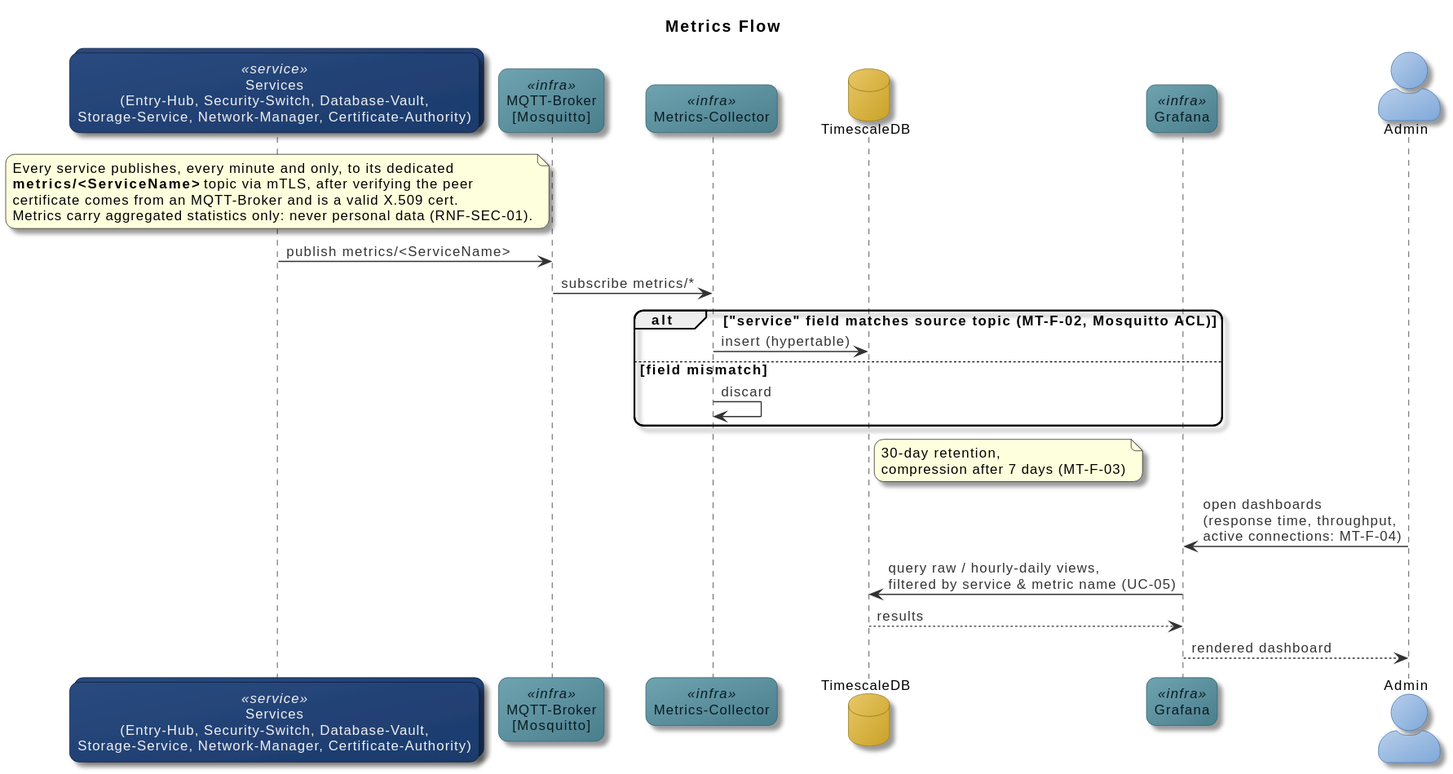
Earlier version of the PlantUML export docs/design/diagrams/rendered/operations/11-metrics-flow.svg (Verryx-02/RAM-USB).
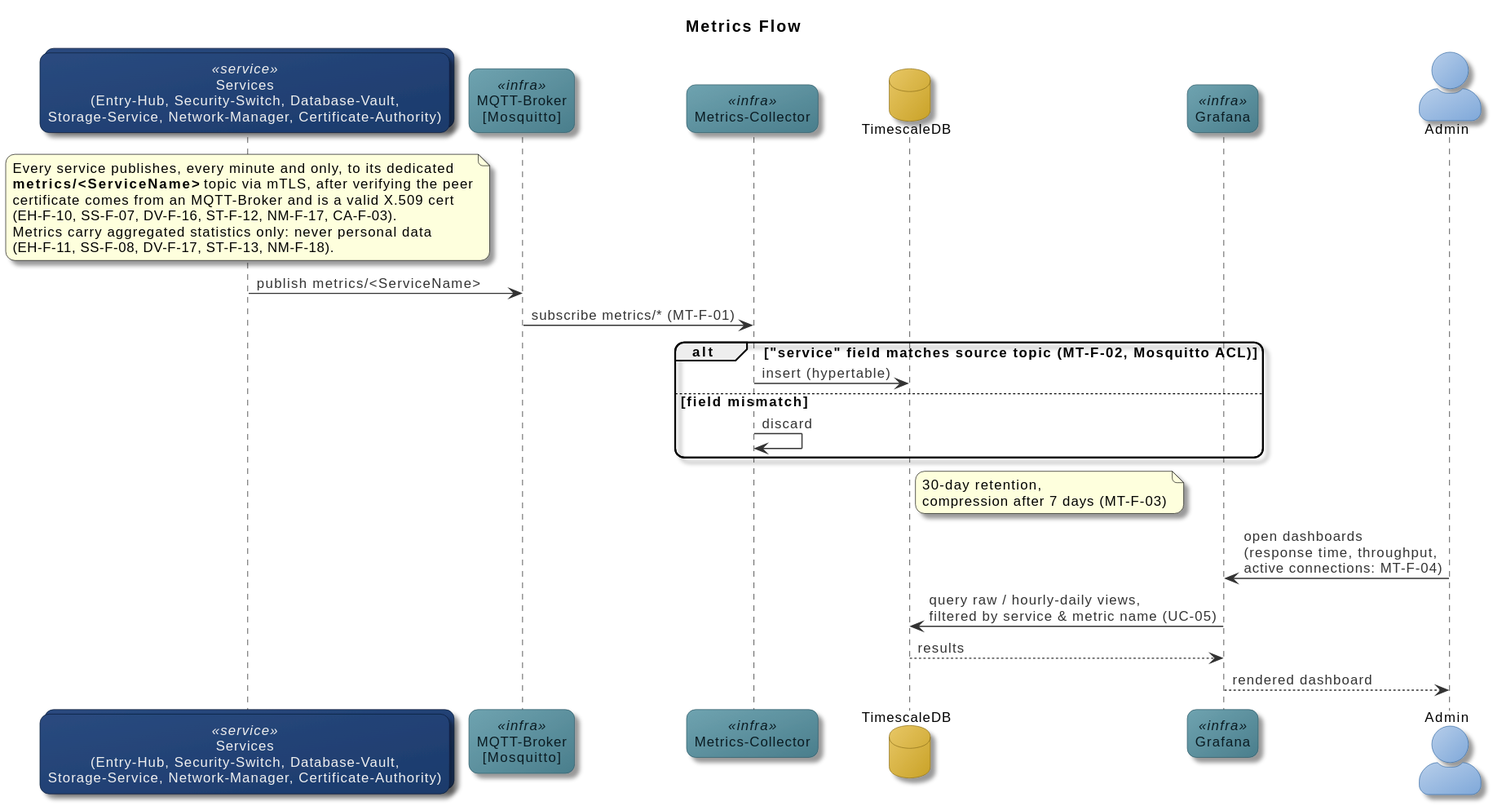
After the commit.

Diff of the diagram source:
```diff
@@ -13,12 +13,14 @@
 note over Services
   Every service publishes, every minute and only, to its dedicated
   **metrics/<ServiceName>** topic via mTLS, after verifying the peer
-  certificate comes from an MQTT-Broker and is a valid X.509 cert.
-  Metrics carry aggregated statistics only: never personal data (RNF-SEC-01).
+  certificate comes from an MQTT-Broker and is a valid X.509 cert
+  (EH-F-10, SS-F-07, DV-F-16, ST-F-12, NM-F-17, CA-F-03).
+  Metrics carry aggregated statistics only: never personal data
+  (EH-F-11, SS-F-08, DV-F-17, ST-F-13, NM-F-18).
 end note
 
 Services -> Broker : publish metrics/<ServiceName>
-Broker -> Collector : subscribe metrics/*
+Broker -> Collector : subscribe metrics/* (MT-F-01)
 
 alt "service" field matches source topic (MT-F-02, Mosquitto ACL)
   Collector -> TSDB : insert (hypertable)
```
